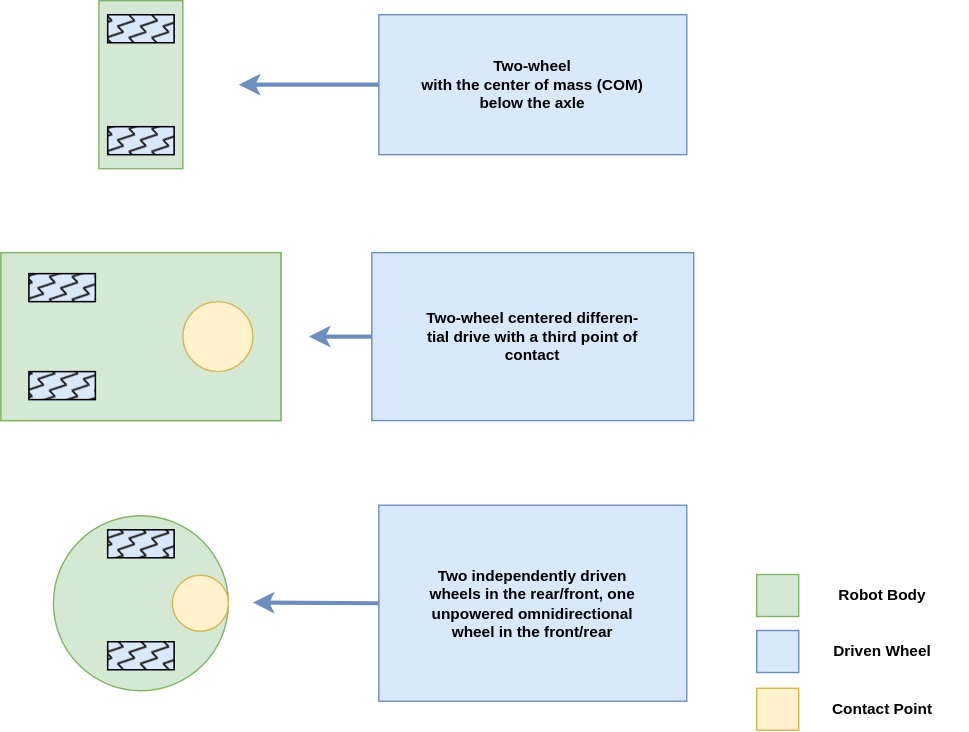
The draw.io diagram Figures/DifferentialDrive.drawio.svg in orjano-max/ORJANOS_MASTER_REPO, before a commit. Source tidied: cells renumbered, new cells last; positions are measured from the earlier drawing's top-left corner, leaving out a move shared by most shapes.
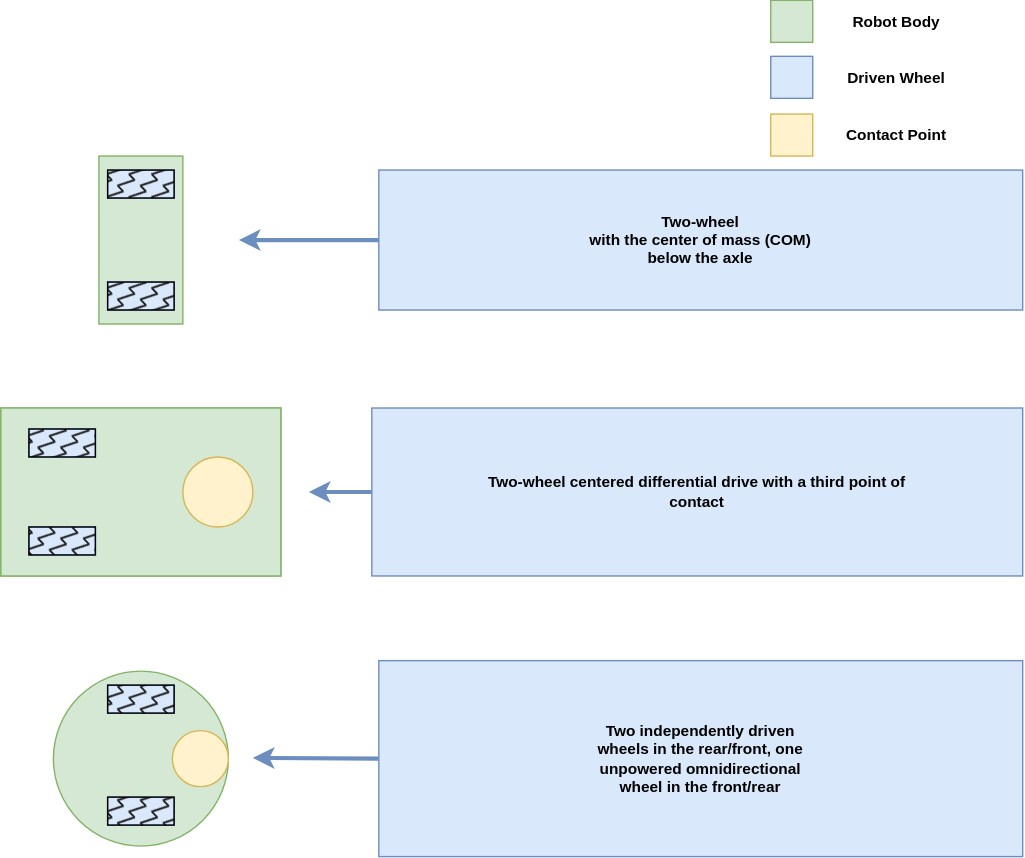
Above is the later version.

The edit, as a diff of the source:
```diff
@@ -68,13 +68,13 @@
       </mxGeometry>
     </mxCell>
     <mxCell id="23" value="Two-wheel &lt;span class=&quot;&quot; dir=&quot;ltr&quot; role=&quot;presentation&quot; style=&quot;left: 42.26%; top: 25.94%; font-size: 11px; transform: scaleX(0.80275);&quot;&gt;&lt;/span&gt;&lt;br role=&quot;presentation&quot; style=&quot;font-size: 11px;&quot;&gt;&lt;span dir=&quot;ltr&quot; role=&quot;presentation&quot; style=&quot;left: 42.26%; top: 27.63%; font-size: 11px; transform: scaleX(0.793681);&quot;&gt;with the center of mass (COM)&lt;/span&gt;&lt;br role=&quot;presentation&quot; style=&quot;font-size: 11px;&quot;&gt;&lt;span dir=&quot;ltr&quot; role=&quot;presentation&quot; style=&quot;left: 42.26%; top: 29.32%; font-size: 11px; transform: scaleX(0.79215);&quot;&gt;below the axle&lt;/span&gt;" style="text;html=1;strokeColor=#6c8ebf;fillColor=#dae8fc;align=center;verticalAlign=middle;whiteSpace=wrap;rounded=0;fontSize=11;fontStyle=1;fontFamily=Helvetica;" parent="1" vertex="1">
-      <mxGeometry x="270" y="10" width="220" height="100" as="geometry" />
+      <mxGeometry x="270" y="10" width="460" height="100" as="geometry" />
     </mxCell>
-    <mxCell id="24" value="Two-wheel centered differen-&lt;br role=&quot;presentation&quot; style=&quot;font-size: 11px;&quot;&gt;&lt;span class=&quot;&quot; dir=&quot;ltr&quot; role=&quot;presentation&quot; style=&quot;left: 42.26%; top: 36.37%; font-size: 11px; transform: scaleX(0.788026);&quot;&gt;tial drive with a third point of&lt;/span&gt;&lt;br role=&quot;presentation&quot; style=&quot;font-size: 11px;&quot;&gt;&lt;span dir=&quot;ltr&quot; role=&quot;presentation&quot; style=&quot;left: 42.26%; top: 38.07%; font-size: 11px; transform: scaleX(0.766178);&quot;&gt;contact&lt;/span&gt;" style="text;html=1;strokeColor=#6c8ebf;fillColor=#dae8fc;align=center;verticalAlign=middle;whiteSpace=wrap;rounded=0;fontSize=11;fontStyle=1;fontFamily=Helvetica;" parent="1" vertex="1">
-      <mxGeometry x="265" y="180" width="230" height="120" as="geometry" />
+    <mxCell id="24" value="Two-wheel centered differen&lt;span class=&quot;&quot; dir=&quot;ltr&quot; role=&quot;presentation&quot; style=&quot;left: 42.26%; top: 36.37%; font-size: 11px; transform: scaleX(0.788026);&quot;&gt;tial drive with a third point of&lt;/span&gt;&lt;br role=&quot;presentation&quot; style=&quot;font-size: 11px;&quot;&gt;&lt;span dir=&quot;ltr&quot; role=&quot;presentation&quot; style=&quot;left: 42.26%; top: 38.07%; font-size: 11px; transform: scaleX(0.766178);&quot;&gt;contact&lt;/span&gt;" style="text;html=1;strokeColor=#6c8ebf;fillColor=#dae8fc;align=center;verticalAlign=middle;whiteSpace=wrap;rounded=0;fontSize=11;fontStyle=1;fontFamily=Helvetica;" parent="1" vertex="1">
+      <mxGeometry x="265" y="180" width="465" height="120" as="geometry" />
     </mxCell>
     <mxCell id="25" value="Two independently driven&lt;br role=&quot;presentation&quot; style=&quot;font-size: 11px;&quot;&gt;&lt;span dir=&quot;ltr&quot; role=&quot;presentation&quot; style=&quot;left: 42.26%; top: 44.73%; font-size: 11px; transform: scaleX(0.773424);&quot;&gt;wheels in the rear/front, one&lt;/span&gt;&lt;br role=&quot;presentation&quot; style=&quot;font-size: 11px;&quot;&gt;&lt;span dir=&quot;ltr&quot; role=&quot;presentation&quot; style=&quot;left: 42.26%; top: 46.44%; font-size: 11px; transform: scaleX(0.78742);&quot;&gt;unpowered omnidirectional&lt;/span&gt;&lt;br role=&quot;presentation&quot; style=&quot;font-size: 11px;&quot;&gt;&lt;span dir=&quot;ltr&quot; role=&quot;presentation&quot; style=&quot;left: 42.26%; top: 48.13%; font-size: 11px; transform: scaleX(0.771916);&quot;&gt;wheel in the front/rear&lt;/span&gt;" style="text;html=1;strokeColor=#6c8ebf;fillColor=#dae8fc;align=center;verticalAlign=middle;whiteSpace=wrap;rounded=0;fontSize=11;fontStyle=1;fontFamily=Helvetica;" parent="1" vertex="1">
-      <mxGeometry x="270" y="360.5" width="220" height="140" as="geometry" />
+      <mxGeometry x="270" y="360.5" width="460" height="140" as="geometry" />
     </mxCell>
     <mxCell id="26" style="rounded=0;jettySize=auto;html=1;exitX=0;exitY=0.5;exitDx=0;exitDy=0;strokeWidth=3;fillColor=#dae8fc;strokeColor=#6c8ebf;" parent="1" edge="1" source="24">
       <mxGeometry relative="1" as="geometry">
@@ -87,22 +87,22 @@
       </mxGeometry>
     </mxCell>
     <mxCell id="28" style="whiteSpace=wrap;html=1;fillColor=#d5e8d4;strokeColor=#82b366;" parent="1" vertex="1">
-      <mxGeometry x="540" y="410" width="30" height="30" as="geometry" />
+      <mxGeometry x="550" y="-111.2" width="30" height="30" as="geometry" />
     </mxCell>
     <mxCell id="29" style="whiteSpace=wrap;html=1;fillColor=#dae8fc;strokeColor=#6c8ebf;" parent="1" vertex="1">
-      <mxGeometry x="540" y="450" width="30" height="30" as="geometry" />
+      <mxGeometry x="550" y="-71.2" width="30" height="30" as="geometry" />
     </mxCell>
     <mxCell id="30" style="whiteSpace=wrap;html=1;fillColor=#fff2cc;strokeColor=#d6b656;" parent="1" vertex="1">
-      <mxGeometry x="540" y="491.2" width="30" height="30" as="geometry" />
+      <mxGeometry x="550" y="-30" width="30" height="30" as="geometry" />
     </mxCell>
     <mxCell id="31" value="Robot Body" style="text;html=1;strokeColor=none;fillColor=none;align=center;verticalAlign=middle;whiteSpace=wrap;rounded=0;fontSize=11;fontStyle=1;" parent="1" vertex="1">
-      <mxGeometry x="570" y="410" width="120" height="30" as="geometry" />
+      <mxGeometry x="580" y="-111.2" width="120" height="30" as="geometry" />
     </mxCell>
     <mxCell id="32" value="Driven Wheel" style="text;html=1;strokeColor=none;fillColor=none;align=center;verticalAlign=middle;whiteSpace=wrap;rounded=0;fontSize=11;fontStyle=1;" parent="1" vertex="1">
-      <mxGeometry x="570" y="450" width="120" height="30" as="geometry" />
+      <mxGeometry x="580" y="-71.2" width="120" height="30" as="geometry" />
     </mxCell>
     <mxCell id="33" value="Contact Point" style="text;html=1;strokeColor=none;fillColor=none;align=center;verticalAlign=middle;whiteSpace=wrap;rounded=0;fontSize=11;fontStyle=1;" parent="1" vertex="1">
-      <mxGeometry x="570" y="491.2" width="120" height="30" as="geometry" />
+      <mxGeometry x="580" y="-30" width="120" height="30" as="geometry" />
     </mxCell>
   </root>
 </mxGraphModel>
```
